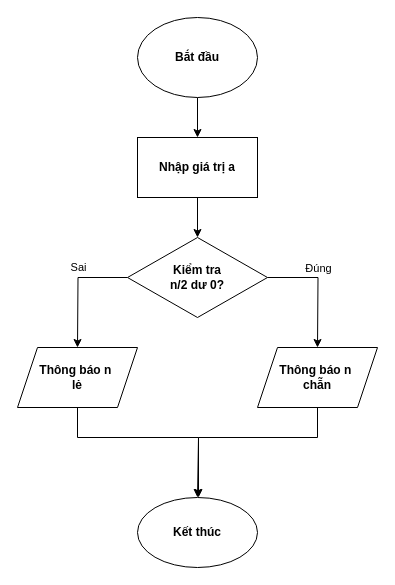
The draw.io diagram Session1-Ex2.drawio in NguynHuuDai/baitapss1, before the edit. Source tidied: cells renumbered, new cells numbered last; positions are measured from the earlier drawing's top-left corner, leaving out a move shared by most shapes. Both pictures are drawn from the tidied source at 100%, with x=0, y=0 at pixel (17, 17).
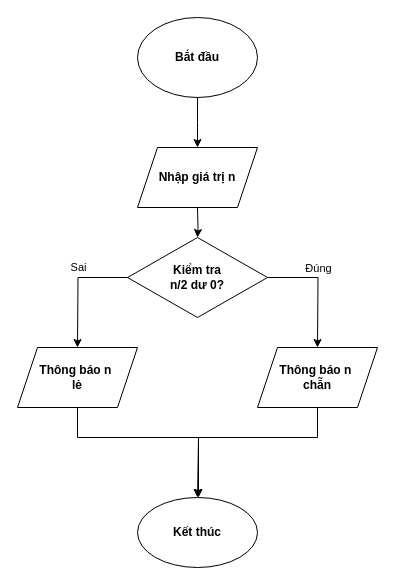
Above is the later version.

The change refers to these unchanged cells:
```xml
<mxCell id="3" value="Bắt đầu" style="ellipse;whiteSpace=wrap;html=1;fontStyle=1;" parent="1" vertex="1">
  <mxGeometry x="120" width="120" height="80" as="geometry" />
</mxCell>
<mxCell id="10" value="Kiểm tra&lt;div&gt;n/2 dư 0?&lt;/div&gt;" style="rhombus;whiteSpace=wrap;html=1;fontStyle=1;" parent="1" vertex="1">
  <mxGeometry x="110" y="220" width="140" height="80" as="geometry" />
</mxCell>
```

Diff of the diagram source:
```diff
@@
-    <mxCell id="2" style="edgeStyle=orthogonalEdgeStyle;rounded=0;jettySize=auto;html=1;entryX=0.5;entryY=0;entryDx=0;entryDy=0;" parent="1" edge="1" source="3" target="5">
-      <mxGeometry relative="1" as="geometry" />
+    <mxCell id="2" style="edgeStyle=orthogonalEdgeStyle;rounded=0;jettySize=auto;html=1;entryX=0.5;entryY=0;entryDx=0;entryDy=0;" parent="1" edge="1" source="3">
+      <mxGeometry relative="1" as="geometry">
+        <mxPoint x="180" y="130" as="targetPoint" />
+      </mxGeometry>
     </mxCell>
@@
-    <mxCell id="4" style="edgeStyle=orthogonalEdgeStyle;rounded=0;jettySize=auto;html=1;" parent="1" edge="1" source="5" target="10">
-      <mxGeometry relative="1" as="geometry" />
+    <mxCell id="4" style="edgeStyle=orthogonalEdgeStyle;rounded=0;jettySize=auto;html=1;" parent="1" edge="1" target="10">
+      <mxGeometry relative="1" as="geometry">
+        <mxPoint x="180" y="190" as="sourcePoint" />
+      </mxGeometry>
     </mxCell>
-    <mxCell id="5" value="Nhập giá trị a" style="whiteSpace=wrap;html=1;fontStyle=1;" parent="1" vertex="1">
-      <mxGeometry x="120" y="120" width="120" height="60" as="geometry" />
-    </mxCell>
@@
+    <mxCell id="16" value="Nhập giá trị n" style="shape=parallelogram;perimeter=parallelogramPerimeter;whiteSpace=wrap;html=1;fixedSize=1;fontStyle=1;" parent="1" vertex="1">
+      <mxGeometry x="120" y="130" width="120" height="60" as="geometry" />
+    </mxCell>
```
